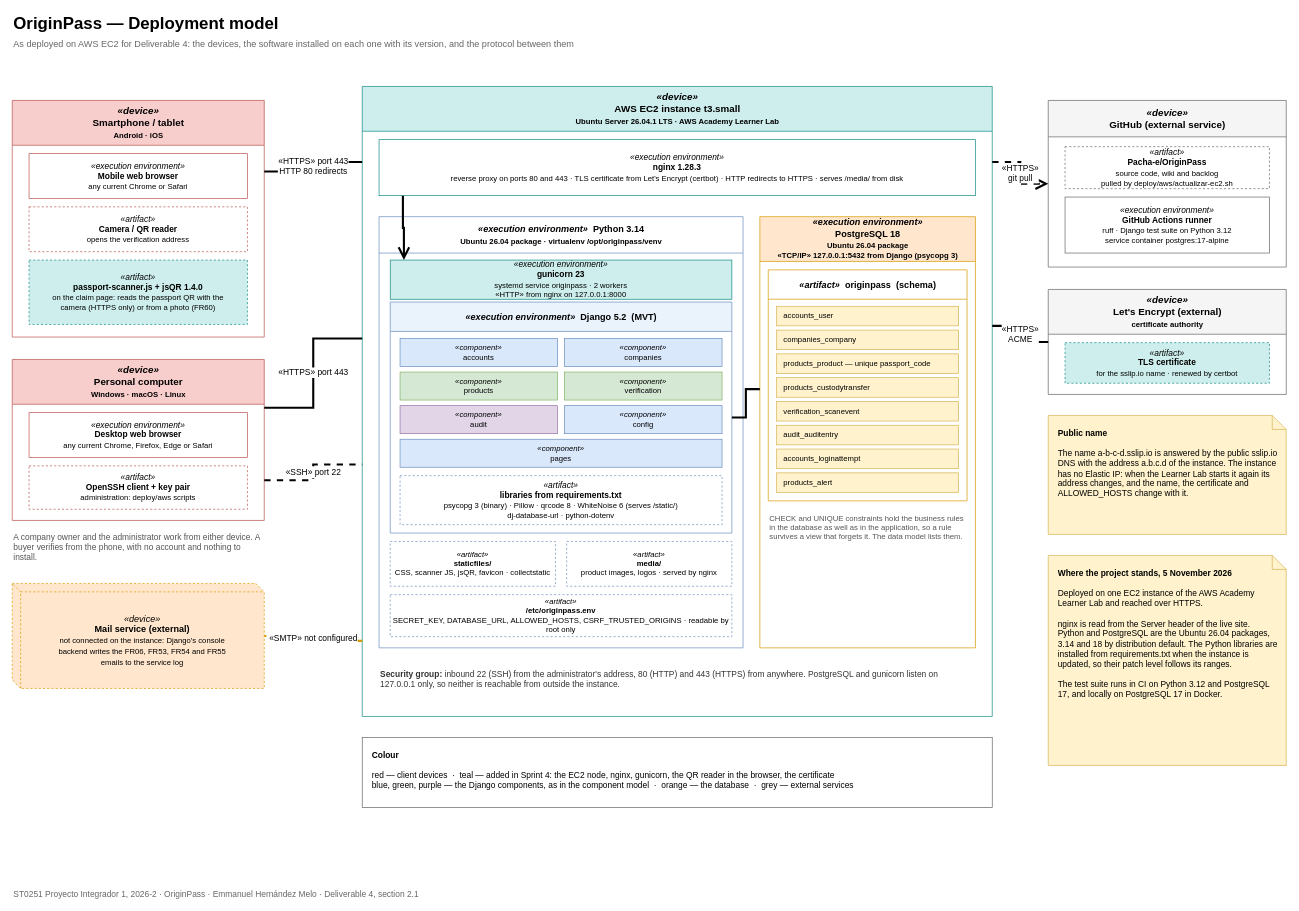
Before: docs/diagrams/deployment-model.drawio in Pacha-e/OriginPass, a draw.io diagram. Source tidied: cells renumbered, new cells numbered last; positions are measured from the earlier drawing's top-left corner, leaving out a move shared by most shapes. Both pictures are drawn from the tidied source at 70%, with x=0, y=0 at pixel (12, 12).
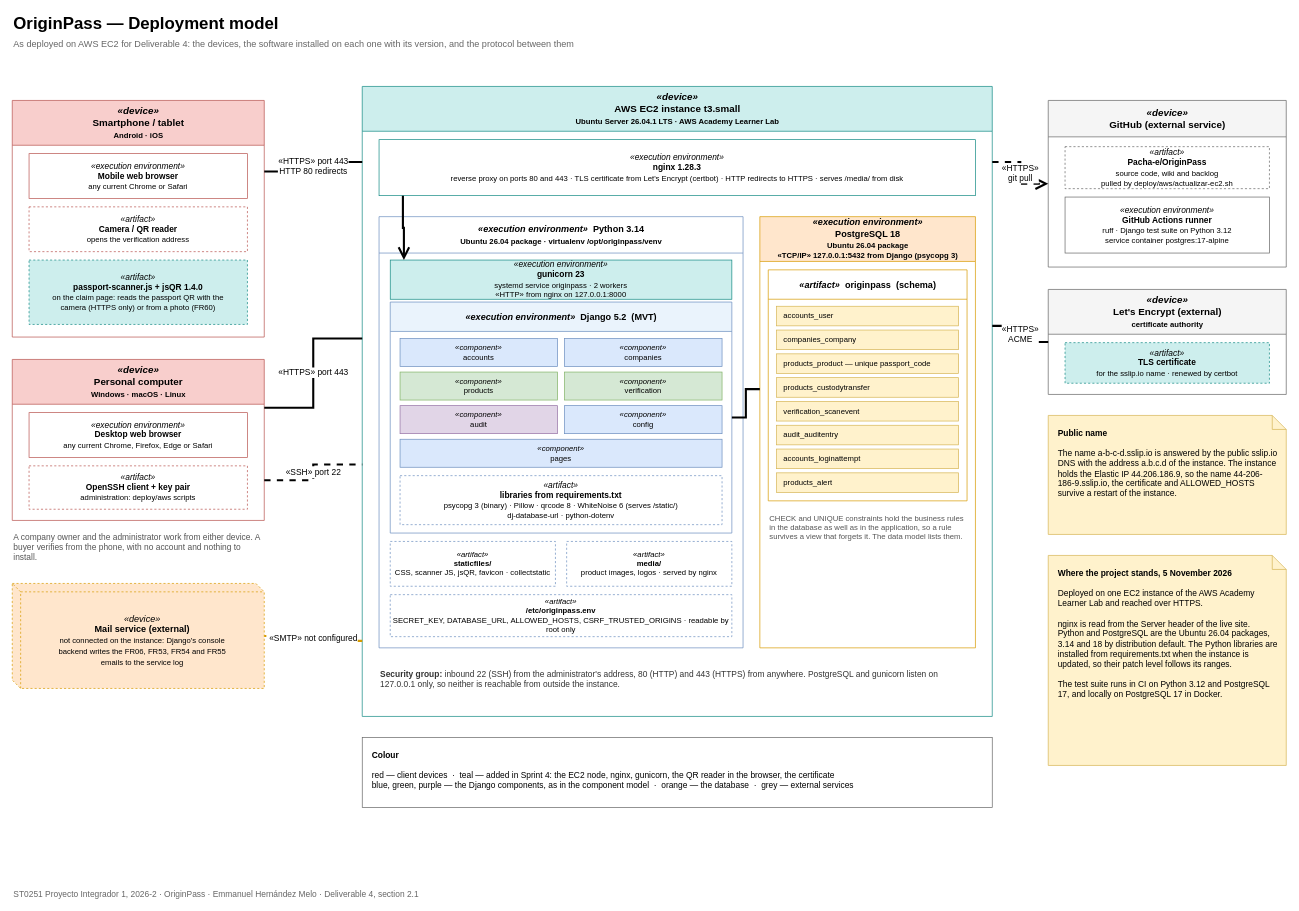
The same diagram, later.

Change to the diagram source:
```diff
@@
-    <mxCell id="46" value="&lt;b&gt;Public name&lt;/b&gt;&lt;br&gt;&lt;br&gt;The name a-b-c-d.sslip.io is answered by the public sslip.io DNS with the address a.b.c.d of the instance. The instance has no Elastic IP: when the Learner Lab starts it again its address changes, and the name, the certificate and ALLOWED_HOSTS change with it." style="shape=note;whiteSpace=wrap;html=1;size=20;align=left;verticalAlign=top;spacing=14;fillColor=#fff2cc;strokeColor=#d6b656;fontSize=12;" parent="1" vertex="1">
+    <mxCell id="46" value="&lt;b&gt;Public name&lt;/b&gt;&lt;br&gt;&lt;br&gt;The name a-b-c-d.sslip.io is answered by the public sslip.io DNS with the address a.b.c.d of the instance. The instance holds the Elastic IP 44.206.186.9, so the name 44-206-186-9.sslip.io, the certificate and ALLOWED_HOSTS survive a restart of the instance." style="shape=note;whiteSpace=wrap;html=1;size=20;align=left;verticalAlign=top;spacing=14;fillColor=#fff2cc;strokeColor=#d6b656;fontSize=12;" parent="1" vertex="1">
       <mxGeometry x="1480" y="576" width="340" height="170" as="geometry" />
     </mxCell>
```
